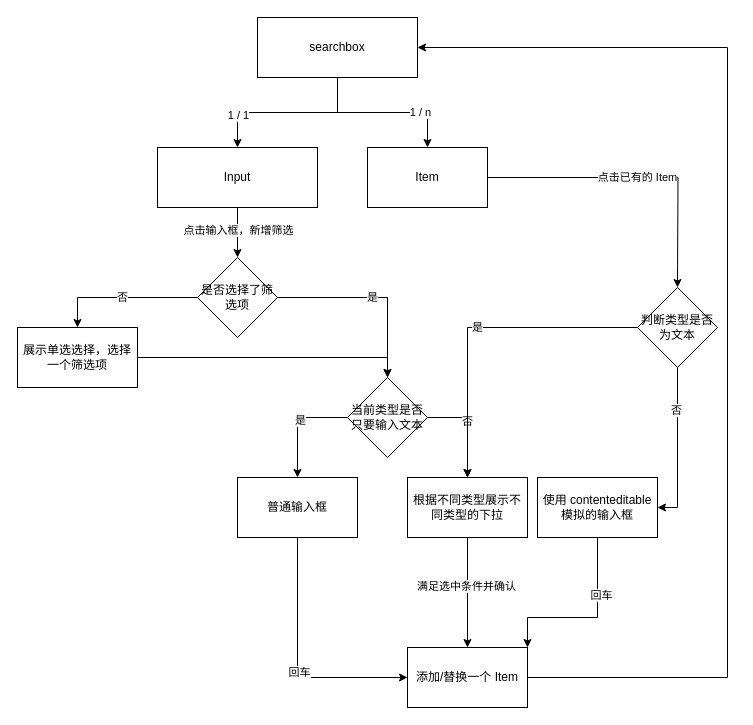
Above: Untitled Diagram.drawio in congyaqwq/test (draw.io), before the change. Source tidied: cells renumbered, new cells numbered last; positions are measured from the earlier drawing's top-left corner, leaving out a move shared by most shapes. Both pictures are drawn from the tidied source at 100%, with x=0, y=0 at pixel (17, 17).
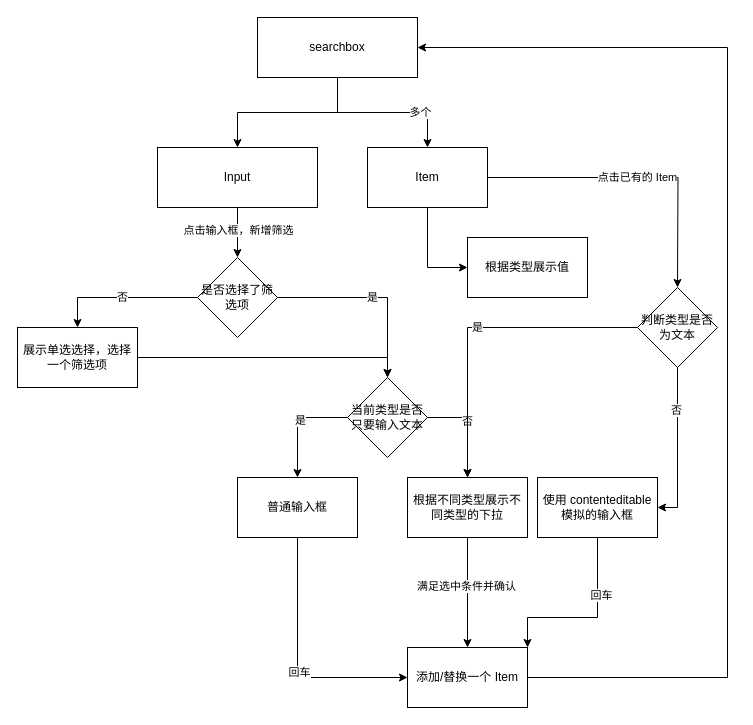
After the change.

The change refers to these unchanged cells:
```xml
<mxCell id="31" style="edgeStyle=orthogonalEdgeStyle;rounded=0;jettySize=auto;html=1;exitX=0.5;exitY=1;exitDx=0;exitDy=0;entryX=0.5;entryY=0;entryDx=0;entryDy=0;" parent="1" edge="1" source="35" target="7">
  <mxGeometry relative="1" as="geometry" />
</mxCell>
<mxCell id="33" style="edgeStyle=orthogonalEdgeStyle;rounded=0;jettySize=auto;html=1;exitX=0.5;exitY=1;exitDx=0;exitDy=0;entryX=0.5;entryY=0;entryDx=0;entryDy=0;" parent="1" edge="1" source="35" target="36">
  <mxGeometry relative="1" as="geometry" />
</mxCell>
<mxCell id="36" value="Item" style="rounded=0;whiteSpace=wrap;html=1;" parent="1" vertex="1">
  <mxGeometry x="350" y="130" width="120" height="60" as="geometry" />
</mxCell>
```

Change to the diagram source:
```diff
@@
-    <mxCell id="32" value="1 / 1" style="edgeLabel;html=1;align=center;verticalAlign=middle;" parent="31" vertex="1">
-      <mxGeometry x="0.61" relative="1" as="geometry" />
-    </mxCell>
@@
-    <mxCell id="34" value="1 / n" style="edgeLabel;html=1;align=center;verticalAlign=middle;" parent="33" vertex="1">
+    <mxCell id="34" value="多个" style="edgeLabel;html=1;align=center;verticalAlign=middle;" parent="33" vertex="1">
       <mxGeometry x="0.46" y="1" relative="1" as="geometry" />
     </mxCell>
@@
+    <mxCell id="37" style="edgeStyle=orthogonalEdgeStyle;rounded=0;jettySize=auto;html=1;exitX=0.5;exitY=1;exitDx=0;exitDy=0;entryX=0;entryY=0.5;entryDx=0;entryDy=0;" parent="1" edge="1" source="36" target="38">
+      <mxGeometry relative="1" as="geometry" />
+    </mxCell>
@@
+    <mxCell id="38" value="根据类型展示值" style="rounded=0;whiteSpace=wrap;html=1;" parent="1" vertex="1">
+      <mxGeometry x="450" y="220" width="120" height="60" as="geometry" />
+    </mxCell>
```
